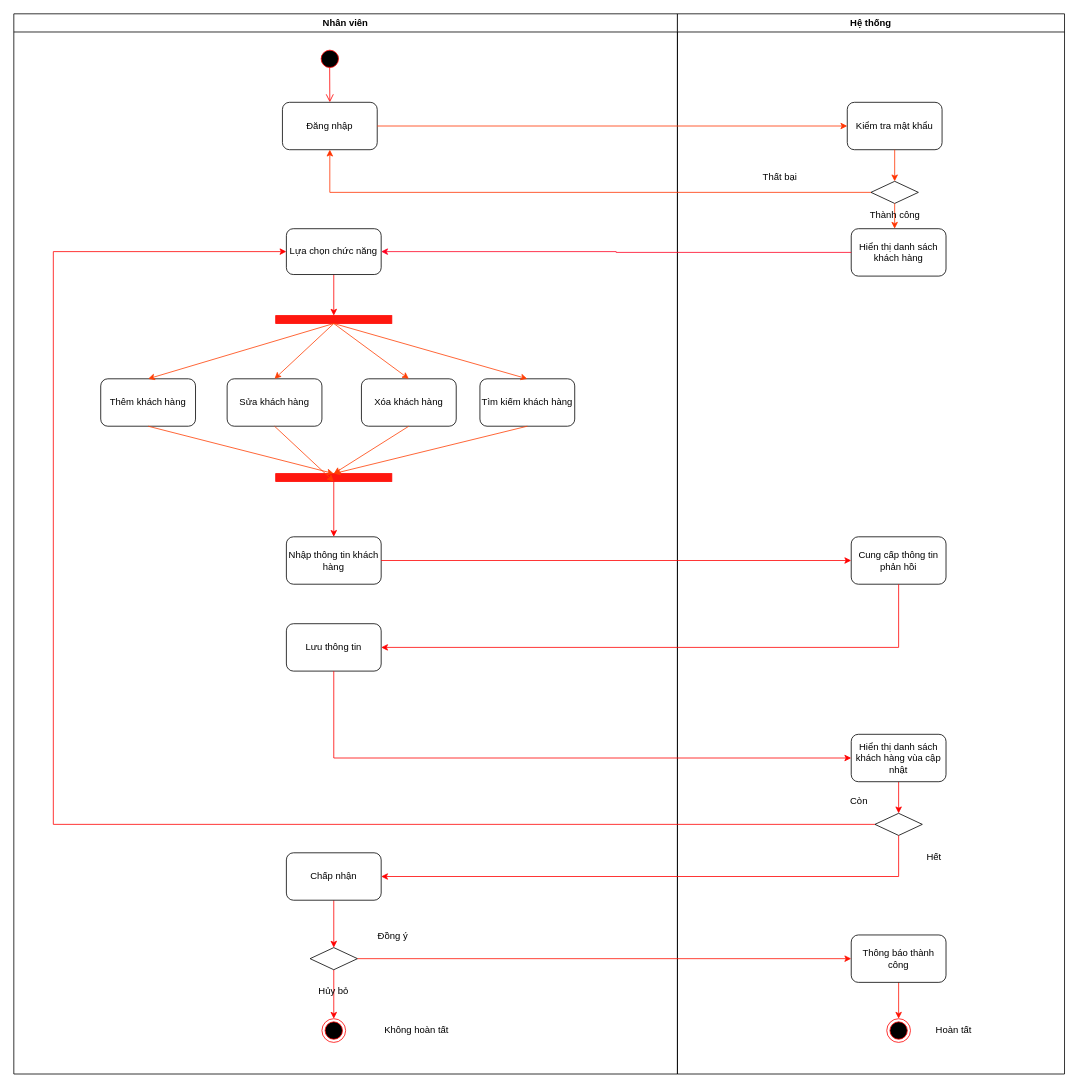
Above: .mvn/wrapper/Biểu đồ quan ly khach.drawio in LiLLy3172005/HUYNHLUULY- (draw.io), before the change. Source tidied: cells renumbered, new cells numbered last; positions are measured from the earlier drawing's top-left corner, leaving out a move shared by most shapes. Both pictures are drawn from the tidied source at 79%, with x=0, y=0 at pixel (13, 13).
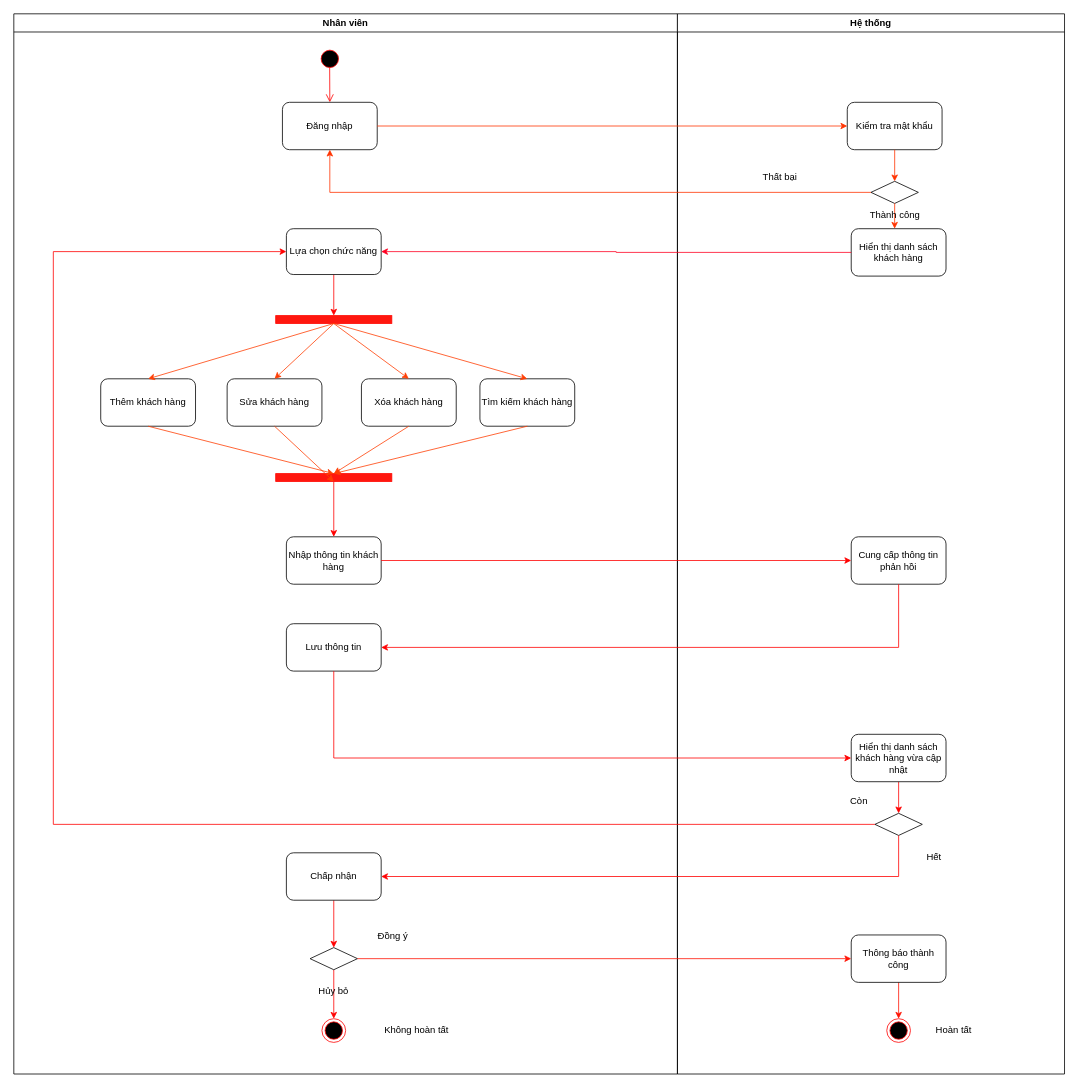
After the change.

Commit message (it also covers changes not shown here):
Cập nhật Biểu đồ quan ly khach.drawio

Unchanged cells that the change refers to:
```xml
<mxCell id="33" value="Hệ thống" style="swimlane;whiteSpace=wrap;" parent="1" vertex="1">
  <mxGeometry x="840" width="490" height="1342" as="geometry" />
</mxCell>
```

Change to the diagram source:
```diff
@@
-    <mxCell id="41" value="Hiển thị danh sách khách hàng vùa cập nhật" style="rounded=1;whiteSpace=wrap;html=1;" parent="33" vertex="1">
+    <mxCell id="41" value="Hiển thị danh sách khách hàng vừa cập nhật" style="rounded=1;whiteSpace=wrap;html=1;" parent="33" vertex="1">
       <mxGeometry x="220" y="912" width="120" height="60" as="geometry" />
     </mxCell>
```
